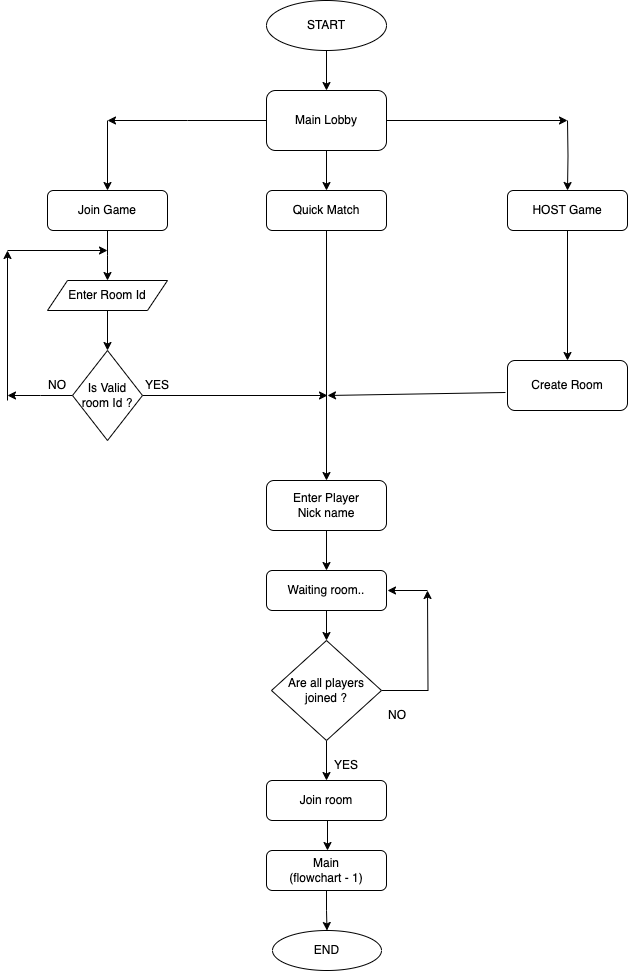
Before: main-lobby.drawio.png, a diagram exported from draw.io (garimiddisuman/project). Source tidied: cells renumbered, new cells last; positions are measured from the earlier drawing's top-left corner, leaving out a move shared by most shapes.
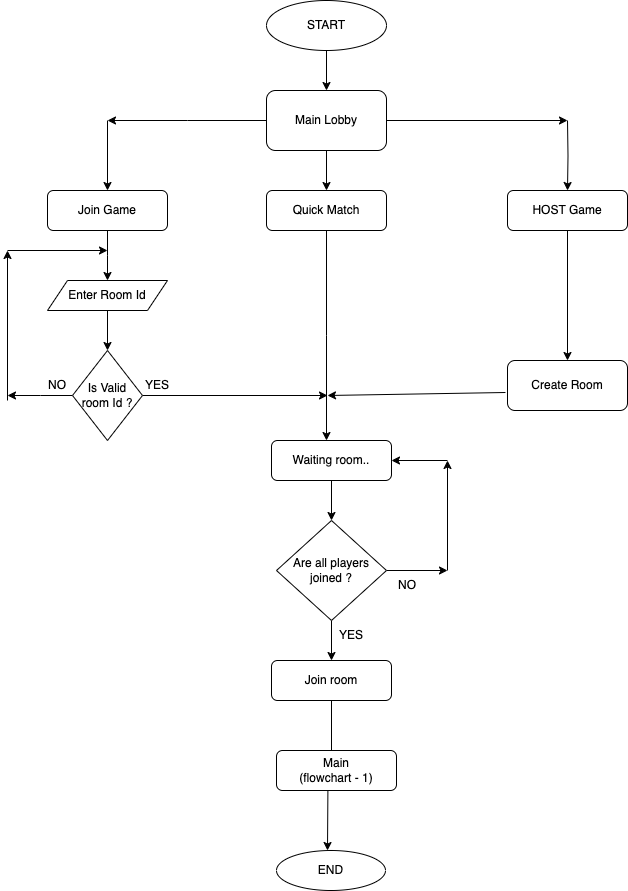
After the change.

The edit, as a diff of the source:
```diff
@@ -24,22 +24,24 @@
     <mxCell id="7" value="Main Lobby" style="rounded=1;whiteSpace=wrap;html=1;" parent="1" vertex="1">
       <mxGeometry x="259" y="90" width="120" height="60" as="geometry" />
     </mxCell>
-    <mxCell id="8" style="edgeStyle=orthogonalEdgeStyle;rounded=0;jettySize=auto;html=1;entryX=0.5;entryY=0;entryDx=0;entryDy=0;" parent="1" edge="1" source="9" target="40">
-      <mxGeometry relative="1" as="geometry" />
+    <mxCell id="8" style="edgeStyle=orthogonalEdgeStyle;rounded=0;jettySize=auto;html=1;" parent="1" edge="1" source="9">
+      <mxGeometry relative="1" as="geometry">
+        <mxPoint x="319" y="440" as="targetPoint" />
+      </mxGeometry>
     </mxCell>
     <mxCell id="9" value="Quick Match" style="rounded=1;whiteSpace=wrap;html=1;" parent="1" vertex="1">
       <mxGeometry x="259" y="190" width="120" height="40" as="geometry" />
     </mxCell>
-    <mxCell id="10" style="edgeStyle=orthogonalEdgeStyle;rounded=0;jettySize=auto;html=1;exitX=1;exitY=0.5;exitDx=0;exitDy=0;" parent="1" edge="1" source="12">
-      <mxGeometry relative="1" as="geometry">
-        <mxPoint x="420" y="590" as="targetPoint" />
-      </mxGeometry>
-    </mxCell>
     <mxCell id="11" style="edgeStyle=orthogonalEdgeStyle;rounded=0;jettySize=auto;html=1;entryX=0.5;entryY=0;entryDx=0;entryDy=0;" parent="1" edge="1" source="12" target="14">
       <mxGeometry relative="1" as="geometry" />
     </mxCell>
+    <mxCell id="44" style="edgeStyle=orthogonalEdgeStyle;rounded=0;jettySize=auto;html=1;" parent="1" edge="1" source="12">
+      <mxGeometry relative="1" as="geometry">
+        <mxPoint x="440" y="570" as="targetPoint" />
+      </mxGeometry>
+    </mxCell>
     <mxCell id="12" value="Are all players joined ?" style="rhombus;whiteSpace=wrap;html=1;" parent="1" vertex="1">
-      <mxGeometry x="264" y="640" width="110" height="100" as="geometry" />
+      <mxGeometry x="269" y="520" width="110" height="100" as="geometry" />
     </mxCell>
     <mxCell id="13" style="edgeStyle=orthogonalEdgeStyle;rounded=0;jettySize=auto;html=1;exitX=0.5;exitY=1;exitDx=0;exitDy=0;entryX=0.5;entryY=0;entryDx=0;entryDy=0;" parent="1" edge="1" source="14">
       <mxGeometry relative="1" as="geometry">
@@ -47,19 +49,16 @@
       </mxGeometry>
     </mxCell>
     <mxCell id="14" value="Join room" style="rounded=1;whiteSpace=wrap;html=1;" parent="1" vertex="1">
-      <mxGeometry x="259" y="780" width="120" height="40" as="geometry" />
+      <mxGeometry x="264" y="660" width="120" height="40" as="geometry" />
     </mxCell>
     <mxCell id="15" value="END" style="ellipse;whiteSpace=wrap;html=1;" parent="1" vertex="1">
-      <mxGeometry x="265" y="930" width="109" height="40" as="geometry" />
+      <mxGeometry x="269" y="850" width="109" height="40" as="geometry" />
     </mxCell>
     <mxCell id="16" style="edgeStyle=orthogonalEdgeStyle;rounded=0;jettySize=auto;html=1;entryX=0.5;entryY=0;entryDx=0;entryDy=0;" parent="1" edge="1" target="19">
       <mxGeometry relative="1" as="geometry">
         <mxPoint x="560" y="120" as="sourcePoint" />
       </mxGeometry>
     </mxCell>
-    <mxCell id="17" value="YES" style="text;html=1;align=center;verticalAlign=middle;whiteSpace=wrap;rounded=0;" parent="1" vertex="1">
-      <mxGeometry x="309" y="750" width="60" height="30" as="geometry" />
-    </mxCell>
     <mxCell id="18" style="edgeStyle=orthogonalEdgeStyle;rounded=0;jettySize=auto;html=1;exitX=0.5;exitY=1;exitDx=0;exitDy=0;entryX=0.5;entryY=0;entryDx=0;entryDy=0;" parent="1" edge="1" source="19" target="20">
       <mxGeometry relative="1" as="geometry" />
     </mxCell>
@@ -69,9 +68,6 @@
     <mxCell id="20" value="Create Room" style="rounded=1;whiteSpace=wrap;html=1;" parent="1" vertex="1">
       <mxGeometry x="500" y="360" width="120" height="50" as="geometry" />
     </mxCell>
-    <mxCell id="21" value="NO" style="text;html=1;align=center;verticalAlign=middle;whiteSpace=wrap;rounded=0;" parent="1" vertex="1">
-      <mxGeometry x="360" y="700" width="60" height="30" as="geometry" />
-    </mxCell>
     <mxCell id="22" style="edgeStyle=orthogonalEdgeStyle;rounded=0;jettySize=auto;html=1;exitX=0.5;exitY=1;exitDx=0;exitDy=0;entryX=0.5;entryY=0;entryDx=0;entryDy=0;" parent="1" edge="1" source="23">
       <mxGeometry relative="1" as="geometry">
         <mxPoint x="100" y="280" as="targetPoint" />
@@ -134,30 +130,27 @@
       <mxGeometry relative="1" as="geometry" />
     </mxCell>
     <mxCell id="37" value="Waiting room.." style="rounded=1;whiteSpace=wrap;html=1;" parent="1" vertex="1">
-      <mxGeometry x="259" y="570" width="120" height="40" as="geometry" />
+      <mxGeometry x="264" y="440" width="120" height="40" as="geometry" />
     </mxCell>
-    <mxCell id="38" style="endArrow=classic;html=1;rounded=0;" parent="1" edge="1">
-      <mxGeometry relative="1" as="geometry">
-        <mxPoint x="420" y="590" as="sourcePoint" />
-        <mxPoint x="380" y="590" as="targetPoint" />
-      </mxGeometry>
-    </mxCell>
-    <mxCell id="39" style="edgeStyle=orthogonalEdgeStyle;rounded=0;jettySize=auto;html=1;entryX=0.5;entryY=0;entryDx=0;entryDy=0;" parent="1" edge="1" source="40" target="37">
-      <mxGeometry relative="1" as="geometry" />
-    </mxCell>
-    <mxCell id="40" value="Enter Player&lt;div&gt;Nick name&lt;/div&gt;" style="rounded=1;whiteSpace=wrap;html=1;" parent="1" vertex="1">
-      <mxGeometry x="259" y="480" width="120" height="50" as="geometry" />
-    </mxCell>
-    <mxCell id="41" style="edgeStyle=orthogonalEdgeStyle;rounded=0;jettySize=auto;html=1;" parent="1" edge="1" target="43">
-      <mxGeometry relative="1" as="geometry">
-        <mxPoint x="320" y="890" as="sourcePoint" />
-      </mxGeometry>
-    </mxCell>
-    <mxCell id="42" style="edgeStyle=orthogonalEdgeStyle;rounded=0;jettySize=auto;html=1;" parent="1" edge="1" source="43" target="15">
-      <mxGeometry relative="1" as="geometry" />
-    </mxCell>
     <mxCell id="43" value="Main&lt;div&gt;(flowchart - 1)&lt;/div&gt;" style="rounded=1;whiteSpace=wrap;html=1;" parent="1" vertex="1">
-      <mxGeometry x="259" y="850" width="120" height="40" as="geometry" />
+      <mxGeometry x="269" y="750" width="120" height="40" as="geometry" />
     </mxCell>
+    <mxCell id="45" style="endArrow=classic;html=1;rounded=0;" parent="1" edge="1">
+      <mxGeometry relative="1" as="geometry">
+        <mxPoint x="440" y="570" as="sourcePoint" />
+        <mxPoint x="440" y="460" as="targetPoint" />
+      </mxGeometry>
+    </mxCell>
+    <mxCell id="46" style="endArrow=classic;html=1;rounded=0;entryX=1;entryY=0.5;entryDx=0;entryDy=0;" parent="1" edge="1" target="37">
+      <mxGeometry relative="1" as="geometry">
+        <mxPoint x="440" y="460" as="sourcePoint" />
+      </mxGeometry>
+    </mxCell>
+    <mxCell id="17" value="YES" style="text;html=1;align=center;verticalAlign=middle;whiteSpace=wrap;rounded=0;" parent="1" vertex="1">
+      <mxGeometry x="314" y="620" width="60" height="30" as="geometry" />
+    </mxCell>
+    <mxCell id="21" value="NO" style="text;html=1;align=center;verticalAlign=middle;whiteSpace=wrap;rounded=0;" parent="1" vertex="1">
+      <mxGeometry x="370" y="570" width="60" height="30" as="geometry" />
+    </mxCell>
   </root>
 </mxGraphModel>
```
